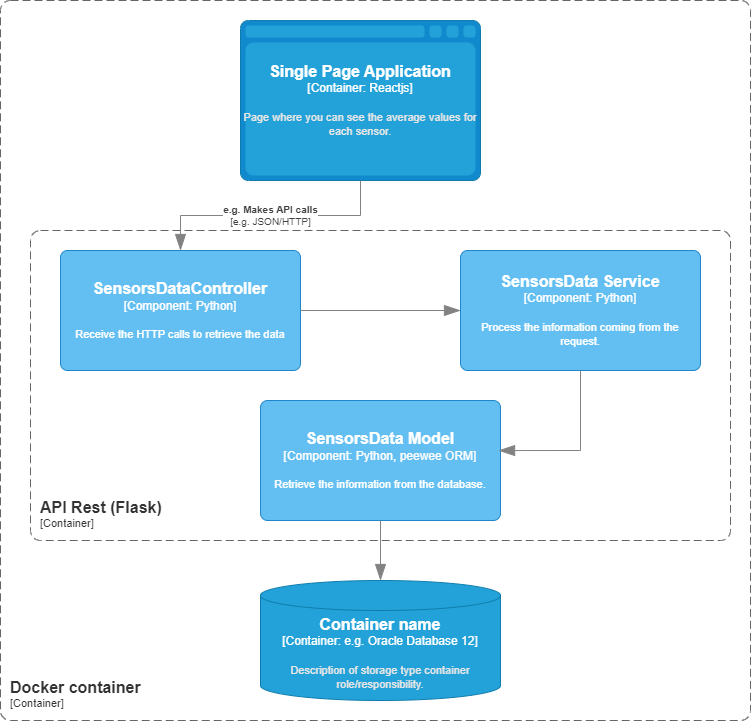
Earlier version of the draw.io export img/sensors.png (anaplb3/sensors). Source tidied: cells renumbered, new cells last; positions are measured from the earlier drawing's top-left corner, leaving out a move shared by most shapes.
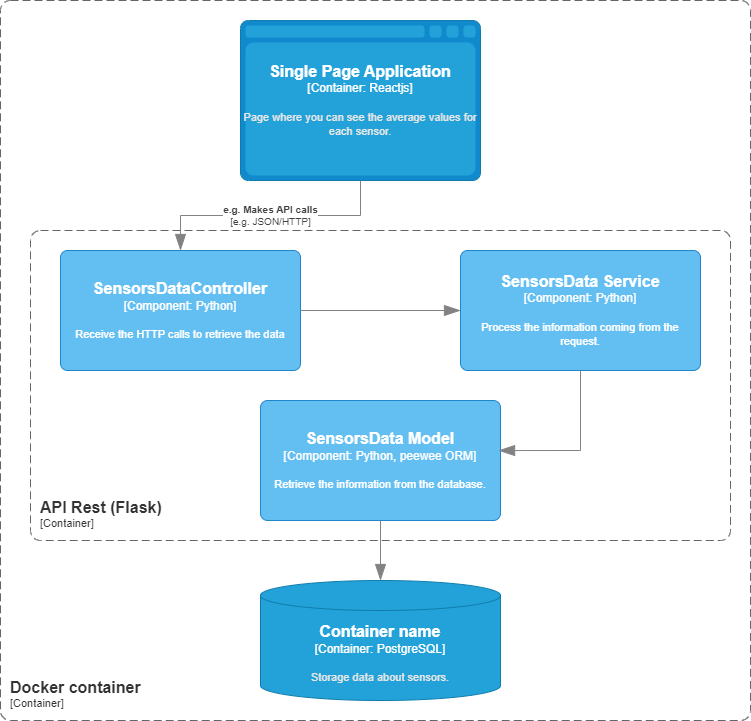
After the commit.

Diff of the diagram source:
```diff
@@ -12,7 +12,7 @@
         <mxGeometry width="750" height="720" as="geometry" />
       </mxCell>
     </object>
-    <object id="4" label="&lt;font style=&quot;font-size: 16px&quot;&gt;&lt;b&gt;%c4Name%&lt;/b&gt;&lt;/font&gt;&lt;div&gt;[%c4Type%:&amp;nbsp;%c4Technology%]&lt;/div&gt;&lt;br&gt;&lt;div&gt;&lt;font style=&quot;font-size: 11px&quot;&gt;&lt;font color=&quot;#E6E6E6&quot;&gt;%c4Description%&lt;/font&gt;&lt;/div&gt;" c4Description="Description of storage type container role/responsibility." c4Name="Container name" c4Technology="e.g. Oracle Database 12" c4Type="Container" placeholders="1">
+    <object id="4" label="&lt;font style=&quot;font-size: 16px&quot;&gt;&lt;b&gt;%c4Name%&lt;/b&gt;&lt;/font&gt;&lt;div&gt;[%c4Type%:&amp;nbsp;%c4Technology%]&lt;/div&gt;&lt;br&gt;&lt;div&gt;&lt;font style=&quot;font-size: 11px&quot;&gt;&lt;font color=&quot;#E6E6E6&quot;&gt;%c4Description%&lt;/font&gt;&lt;/div&gt;" c4Description="Storage data about sensors." c4Name="Container name" c4Technology="PostgreSQL" c4Type="Container" placeholders="1">
       <mxCell style="shape=cylinder3;size=15;whiteSpace=wrap;html=1;boundedLbl=1;rounded=0;labelBackgroundColor=none;fillColor=#23A2D9;fontSize=12;fontColor=#ffffff;align=center;strokeColor=#0E7DAD;points=[[0.5,0,0],[1,0.25,0],[1,0.5,0],[1,0.75,0],[0.5,1,0],[0,0.75,0],[0,0.5,0],[0,0.25,0]];" parent="1" vertex="1">
         <mxGeometry x="260" y="580" width="240" height="120" as="geometry" />
       </mxCell>
```
